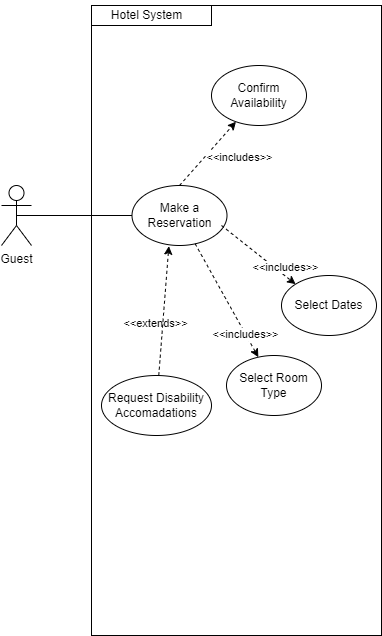
The draw.io diagram Diagrams/UseCase/Reservation.drawio.png in mclhtay/CS4471, before a commit. Source tidied: cells renumbered, new cells last; positions are measured from the earlier drawing's top-left corner, leaving out a move shared by most shapes.
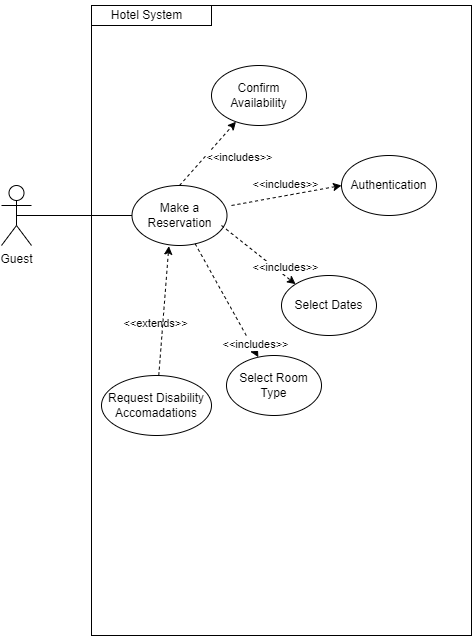
Later version of the same file.

Commit message:
added auth to reservation usecase

Change to the diagram source:
```diff
@@ -3,7 +3,7 @@
     <mxCell id="0" />
     <mxCell id="1" parent="0" />
     <mxCell id="2" style="rounded=0;whiteSpace=wrap;html=1;" parent="1" vertex="1">
-      <mxGeometry x="90" y="5" width="290" height="630" as="geometry" />
+      <mxGeometry x="90" y="5" width="380" height="630" as="geometry" />
     </mxCell>
     <mxCell id="3" style="whiteSpace=wrap;html=1;" parent="1" vertex="1">
       <mxGeometry x="90" y="5" width="120" height="20" as="geometry" />
@@ -59,12 +59,23 @@
       <mxGeometry relative="1" as="geometry" />
     </mxCell>
     <mxCell id="18" value="&amp;lt;&amp;lt;includes&amp;gt;&amp;gt;" style="edgeLabel;html=1;align=center;verticalAlign=middle;" parent="1" vertex="1">
-      <mxGeometry x="170" y="315" as="geometry">
+      <mxGeometry x="210" y="165" as="geometry">
         <mxPoint x="73" y="19" as="offset" />
       </mxGeometry>
     </mxCell>
     <mxCell id="19" value="Hotel System" style="text;html=1;align=center;verticalAlign=middle;strokeColor=none;fillColor=none;" parent="1" vertex="1">
       <mxGeometry x="100" width="90" height="30" as="geometry" />
     </mxCell>
+    <mxCell id="20" value="Authentication" style="ellipse;whiteSpace=wrap;html=1;" parent="1" vertex="1">
+      <mxGeometry x="340" y="155" width="95" height="60" as="geometry" />
+    </mxCell>
+    <mxCell id="21" style="endArrow=classic;html=1;rounded=0;dashed=1;entryX=0;entryY=0.5;entryDx=0;entryDy=0;exitX=1.047;exitY=0.333;exitDx=0;exitDy=0;exitPerimeter=0;" parent="1" edge="1" source="5" target="20">
+      <mxGeometry relative="1" as="geometry" />
+    </mxCell>
+    <mxCell id="22" value="&amp;lt;&amp;lt;includes&amp;gt;&amp;gt;" style="edgeLabel;html=1;align=center;verticalAlign=middle;" parent="1" vertex="1">
+      <mxGeometry x="180" y="325" as="geometry">
+        <mxPoint x="73" y="19" as="offset" />
+      </mxGeometry>
+    </mxCell>
   </root>
 </mxGraphModel>
```
